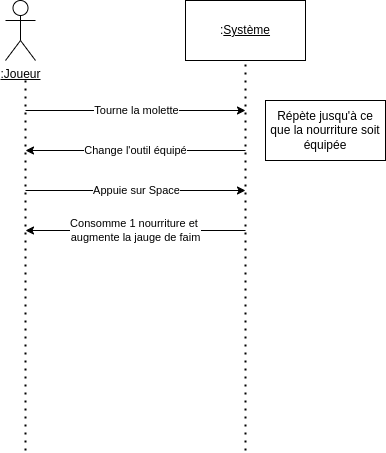
Above: doc/Diagrammes/Diagramme_séquence_se_nourrir.png in laisnmat/kotlin-game (draw.io), before the change. Source tidied: cells renumbered, new cells last; positions are measured from the earlier drawing's top-left corner, leaving out a move shared by most shapes. Source of this version:
```xml
<mxGraphModel>
  <root>
    <mxCell id="0" />
    <mxCell id="1" parent="0" />
    <mxCell id="2" value="&lt;u&gt;:Joueur&lt;/u&gt;" style="shape=umlActor;verticalLabelPosition=bottom;verticalAlign=top;html=1;" parent="1" vertex="1">
      <mxGeometry width="30" height="60" as="geometry" />
    </mxCell>
    <mxCell id="3" value=":&lt;u&gt;Système&lt;/u&gt;" style="rounded=0;whiteSpace=wrap;html=1;" parent="1" vertex="1">
      <mxGeometry x="180" width="120" height="60" as="geometry" />
    </mxCell>
    <mxCell id="4" style="endArrow=none;dashed=1;html=1;dashPattern=1 3;strokeWidth=2;rounded=0;entryX=0.5;entryY=1;entryDx=0;entryDy=0;" parent="1" edge="1" target="3">
      <mxGeometry relative="1" as="geometry">
        <mxPoint x="240" y="450" as="sourcePoint" />
      </mxGeometry>
    </mxCell>
    <mxCell id="5" style="endArrow=none;dashed=1;html=1;dashPattern=1 3;strokeWidth=2;rounded=0;" parent="1" edge="1">
      <mxGeometry relative="1" as="geometry">
        <mxPoint x="20" y="450" as="sourcePoint" />
        <mxPoint x="20" y="80" as="targetPoint" />
      </mxGeometry>
    </mxCell>
    <mxCell id="6" style="endArrow=classic;html=1;rounded=0;" parent="1" edge="1">
      <mxGeometry relative="1" as="geometry">
        <mxPoint x="20" y="110" as="sourcePoint" />
        <mxPoint x="240" y="110" as="targetPoint" />
      </mxGeometry>
    </mxCell>
    <mxCell id="7" value="Tourne la molette" style="edgeLabel;html=1;align=center;verticalAlign=middle;" parent="6" vertex="1">
      <mxGeometry relative="1" as="geometry" />
    </mxCell>
    <mxCell id="8" style="endArrow=classic;html=1;rounded=0;" parent="1" edge="1">
      <mxGeometry relative="1" as="geometry">
        <mxPoint x="240" y="150" as="sourcePoint" />
        <mxPoint x="20" y="150" as="targetPoint" />
      </mxGeometry>
    </mxCell>
    <mxCell id="9" value="Change l'outil équipé" style="edgeLabel;html=1;align=center;verticalAlign=middle;" parent="8" vertex="1">
      <mxGeometry relative="1" as="geometry" />
    </mxCell>
    <mxCell id="10" value="Répète jusqu'à ce que la nourriture soit équipée" style="rounded=0;whiteSpace=wrap;html=1;" parent="1" vertex="1">
      <mxGeometry x="260" y="100" width="120" height="60" as="geometry" />
    </mxCell>
    <mxCell id="11" style="endArrow=classic;html=1;rounded=0;" parent="1" edge="1">
      <mxGeometry relative="1" as="geometry">
        <mxPoint x="20" y="190" as="sourcePoint" />
        <mxPoint x="240" y="190" as="targetPoint" />
      </mxGeometry>
    </mxCell>
    <mxCell id="12" value="Appuie sur Space" style="edgeLabel;html=1;align=center;verticalAlign=middle;" parent="11" vertex="1">
      <mxGeometry relative="1" as="geometry" />
    </mxCell>
    <mxCell id="13" style="endArrow=classic;html=1;rounded=0;" parent="1" edge="1">
      <mxGeometry relative="1" as="geometry">
        <mxPoint x="240" y="230" as="sourcePoint" />
        <mxPoint x="20" y="230" as="targetPoint" />
      </mxGeometry>
    </mxCell>
    <mxCell id="14" value="Consomme 1 nourriture et&amp;nbsp;&lt;div&gt;augmente la jauge de faim&lt;/div&gt;" style="edgeLabel;html=1;align=center;verticalAlign=middle;" parent="13" vertex="1">
      <mxGeometry relative="1" as="geometry" />
    </mxCell>
  </root>
</mxGraphModel>
```
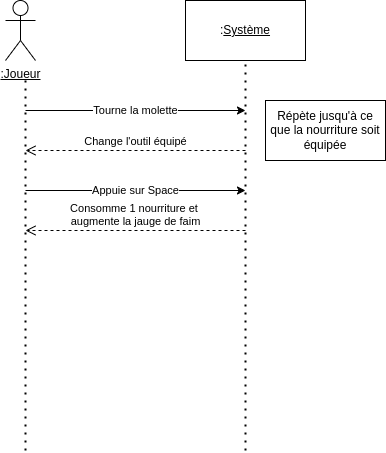
The same file after the commit.

Commit message:
Mise à jour diagramme de séquence

Change to the diagram source:
```diff
@@ -28,15 +28,6 @@
     <mxCell id="7" value="Tourne la molette" style="edgeLabel;html=1;align=center;verticalAlign=middle;" parent="6" vertex="1">
       <mxGeometry relative="1" as="geometry" />
     </mxCell>
-    <mxCell id="8" style="endArrow=classic;html=1;rounded=0;" parent="1" edge="1">
-      <mxGeometry relative="1" as="geometry">
-        <mxPoint x="240" y="150" as="sourcePoint" />
-        <mxPoint x="20" y="150" as="targetPoint" />
-      </mxGeometry>
-    </mxCell>
-    <mxCell id="9" value="Change l'outil équipé" style="edgeLabel;html=1;align=center;verticalAlign=middle;" parent="8" vertex="1">
-      <mxGeometry relative="1" as="geometry" />
-    </mxCell>
     <mxCell id="10" value="Répète jusqu'à ce que la nourriture soit équipée" style="rounded=0;whiteSpace=wrap;html=1;" parent="1" vertex="1">
       <mxGeometry x="260" y="100" width="120" height="60" as="geometry" />
     </mxCell>
@@ -49,14 +40,17 @@
     <mxCell id="12" value="Appuie sur Space" style="edgeLabel;html=1;align=center;verticalAlign=middle;" parent="11" vertex="1">
       <mxGeometry relative="1" as="geometry" />
     </mxCell>
-    <mxCell id="13" style="endArrow=classic;html=1;rounded=0;" parent="1" edge="1">
-      <mxGeometry relative="1" as="geometry">
-        <mxPoint x="240" y="230" as="sourcePoint" />
-        <mxPoint x="20" y="230" as="targetPoint" />
-      </mxGeometry>
-    </mxCell>
+    <mxCell id="9" value="Change l'outil équipé" style="html=1;verticalAlign=bottom;endArrow=open;dashed=1;endSize=8;curved=0;rounded=0;" parent="1" edge="1">
+      <mxGeometry relative="1" as="geometry">
+        <mxPoint x="240" y="150" as="sourcePoint" />
+        <mxPoint x="20" y="150" as="targetPoint" />
+      </mxGeometry>
+    </mxCell>
-    <mxCell id="14" value="Consomme 1 nourriture et&amp;nbsp;&lt;div&gt;augmente la jauge de faim&lt;/div&gt;" style="edgeLabel;html=1;align=center;verticalAlign=middle;" parent="13" vertex="1">
-      <mxGeometry relative="1" as="geometry" />
+    <mxCell id="14" value="Consomme 1 nourriture et&amp;nbsp;&lt;div&gt;augmente la jauge de faim&lt;/div&gt;" style="html=1;verticalAlign=bottom;endArrow=open;dashed=1;endSize=8;curved=0;rounded=0;" parent="1" edge="1">
+      <mxGeometry relative="1" as="geometry">
+        <mxPoint x="240" y="230" as="sourcePoint" />
+        <mxPoint x="20" y="230" as="targetPoint" />
+      </mxGeometry>
     </mxCell>
   </root>
 </mxGraphModel>
```
